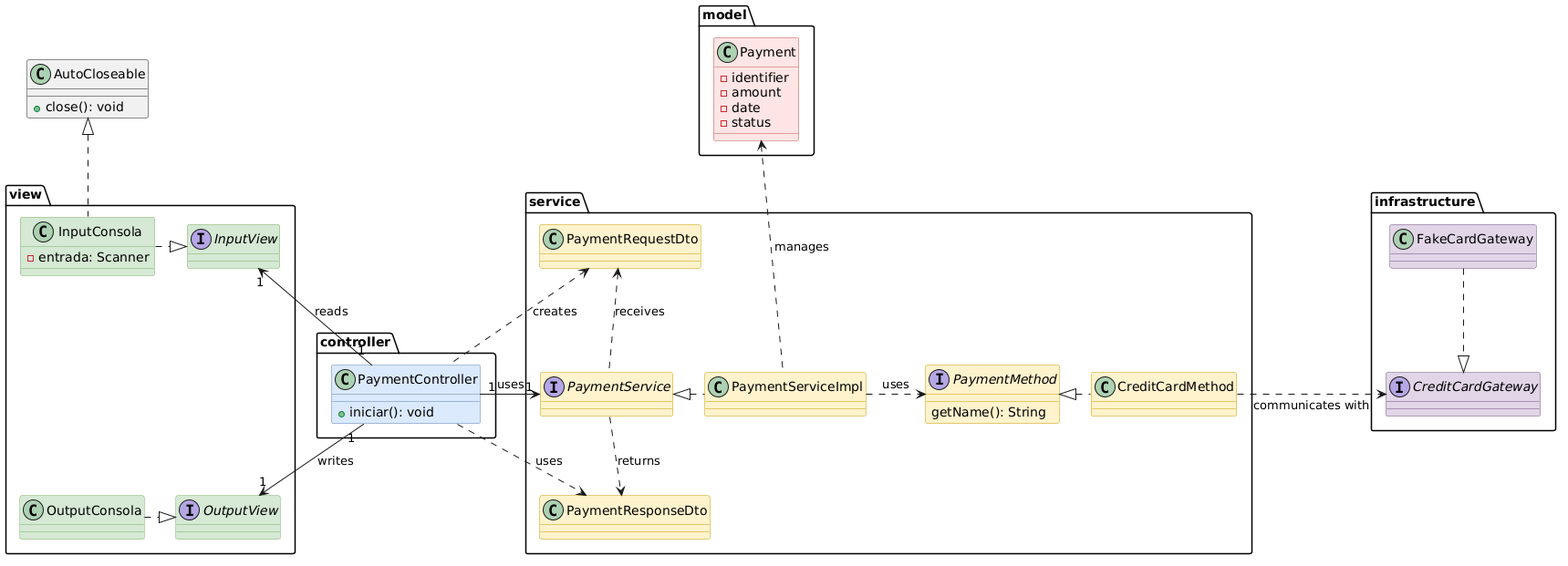
This is 01-solid/01-payment-system/docs/diagrams/03-class-diagrams/implementation-class-diagram/implementation-class-diagram.png from wcortiz/java-learning, a PlantUML export, as it was before one commit. The source it was exported from:
```plantuml
@startuml
hide stereotype


skinparam class {
    BackgroundColor<<controller>> #DAE8FC
    BorderColor<<controller>>     #6381AF

    BackgroundColor<<view>> #D5E8D4
    BorderColor<<view>>     #7DAC62

    BackgroundColor<<model>> #FFE5E4
    BorderColor<<model>>     #B85450

    BackgroundColor<<service>> #fff3cd
    BorderColor<<service>>     #c49a00

    BackgroundColor<<dal>> #FFE6CC
    BorderColor<<dal>>     #D79B00

    BackgroundColor<<infrastructure>> #E1D5E7
    BorderColor<<infrastructure>>     #6f517c
}




package "view" {
    interface InputView <<view>>


    interface OutputView <<view>>

    class InputConsola <<view>> {
        - entrada: Scanner
    }

    class OutputConsola <<view>>

    class Auxiliar
    hide Auxiliar
}


package "model" {
    class Payment <<model>> {
        - identifier
        - amount
        - date
        - status
    }
}


package "service" {
    interface PaymentService <<service>>
    class PaymentServiceImpl <<service>>

    interface PaymentMethod <<service>> {
        getName(): String
    }

    class CreditCardMethod <<service>>

    class PaymentResponseDto <<service>>
    class PaymentRequestDto <<service>>
}


package "controller" {
    class PaymentController <<controller>> {
        + iniciar(): void
    }
}


package "infrastructure" {
    interface CreditCardGateway <<infrastructure>>
    class FakeCardGateway <<infrastructure>>
}


class AutoCloseable {
    + close(): void
}

class Auxiliar2
hide Auxiliar2


InputView -down- Auxiliar
Auxiliar -down- OutputView

PaymentController -left- Auxiliar

Auxiliar2 -down- PaymentRequestDto
Auxiliar2 -down- PaymentRequestDto

PaymentController -up- Auxiliar2

Auxiliar2 -right- Payment



InputConsola .up.|> AutoCloseable

InputView <|.left. InputConsola
OutputView <|.left. OutputConsola


PaymentController "1" -left-> "1" InputView : "reads"
PaymentController "1" -down-> "1" OutputView : "writes"


PaymentRequestDto <.down. PaymentService : "receives"
PaymentService .down.> PaymentResponseDto : "returns"

PaymentService <|.right. PaymentServiceImpl
PaymentServiceImpl .right.> PaymentMethod : "uses"

PaymentMethod <|.right. CreditCardMethod


PaymentController .up.> PaymentRequestDto : "creates"
PaymentController "1" -right-> "1" PaymentService : "uses"
PaymentController .right.> PaymentResponseDto : "uses"


PaymentServiceImpl .up.> Payment : "manages"


CreditCardGateway <|.up. FakeCardGateway


CreditCardMethod .right.> CreditCardGateway : "communicates with"
@enduml
```
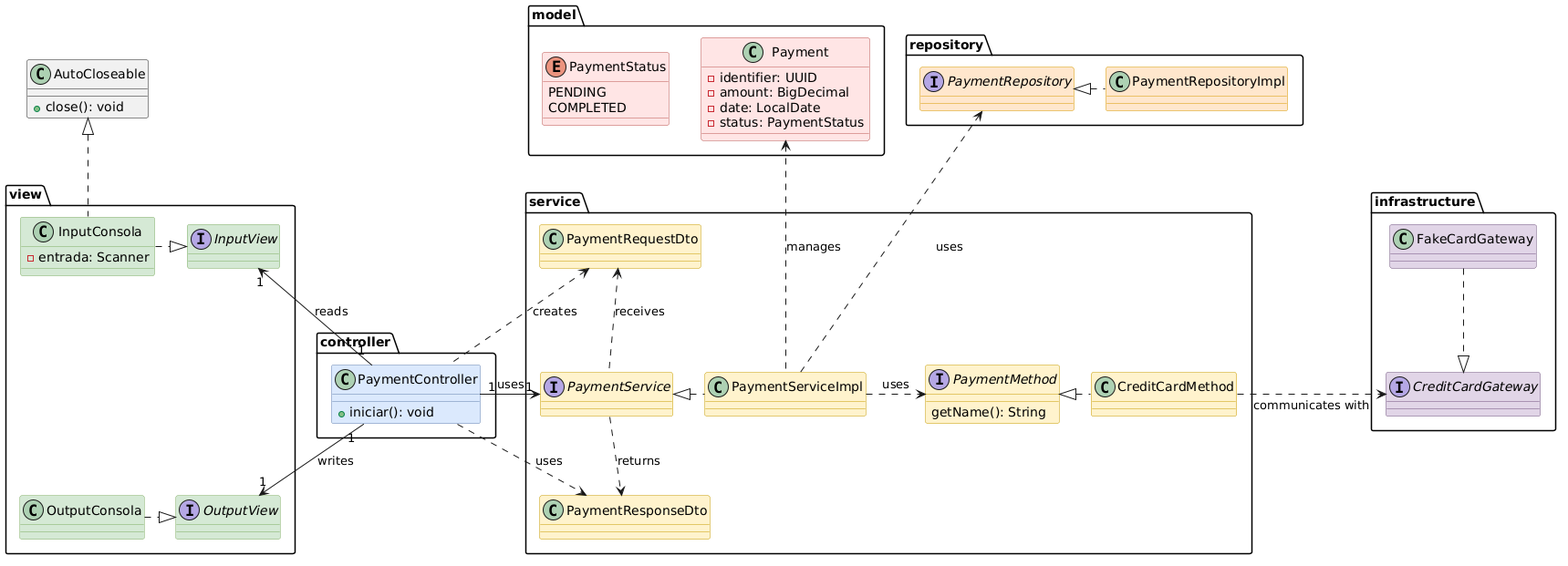
The same diagram one commit later.

Commit message:
docs(payment-system): update class diagram with Payment and PaymentStatus

Reflect the new Payment entity and PaymentStatus enum in the
model layer of the implementation class diagram. Regenerate the
exported images and update the README links.

What changed in the source:
```diff
@@ -15,8 +15,8 @@
     BackgroundColor<<service>> #fff3cd
     BorderColor<<service>>     #c49a00
 
-    BackgroundColor<<dal>> #FFE6CC
-    BorderColor<<dal>>     #D79B00
+    BackgroundColor<<repository>> #FFE6CC
+    BorderColor<<repository>>     #D79B00
 
     BackgroundColor<<infrastructure>> #E1D5E7
     BorderColor<<infrastructure>>     #6f517c
@@ -44,11 +44,23 @@
 
 package "model" {
     class Payment <<model>> {
-        - identifier
-        - amount
-        - date
-        - status
+        - identifier: UUID
+        - amount: BigDecimal
+        - date: LocalDate
+        - status: PaymentStatus
     }
+
+    enum PaymentStatus <<model>> {
+        PENDING
+        COMPLETED
+    }
+}
+
+
+package "repository" {
+    interface PaymentRepository <<repository>>
+
+    class PaymentRepositoryImpl <<repository>>
 }
 
 
@@ -84,21 +96,20 @@
     + close(): void
 }
 
-class Auxiliar2
-hide Auxiliar2
 
+InputView -[hidden]down- Auxiliar
+Auxiliar -[hidden]down- OutputView
 
-InputView -down- Auxiliar
-Auxiliar -down- OutputView
+PaymentController -[hidden]left- Auxiliar
 
-PaymentController -left- Auxiliar
+PaymentStatus -[hidden]down- PaymentRequestDto
+PaymentStatus -[hidden]down- PaymentRequestDto
 
-Auxiliar2 -down- PaymentRequestDto
-Auxiliar2 -down- PaymentRequestDto
+PaymentController -[hidden]up- PaymentStatus
 
-PaymentController -up- Auxiliar2
+PaymentStatus -[hidden]right- Payment
 
-Auxiliar2 -right- Payment
+Payment -[hidden]right- PaymentRepository
 
 
 
@@ -129,6 +140,12 @@
 PaymentServiceImpl .up.> Payment : "manages"
 
 
+PaymentRepository <|.right. PaymentRepositoryImpl
+
+
+PaymentServiceImpl .up.> PaymentRepository : "uses"
+
+
 CreditCardGateway <|.up. FakeCardGateway
 
 
```
